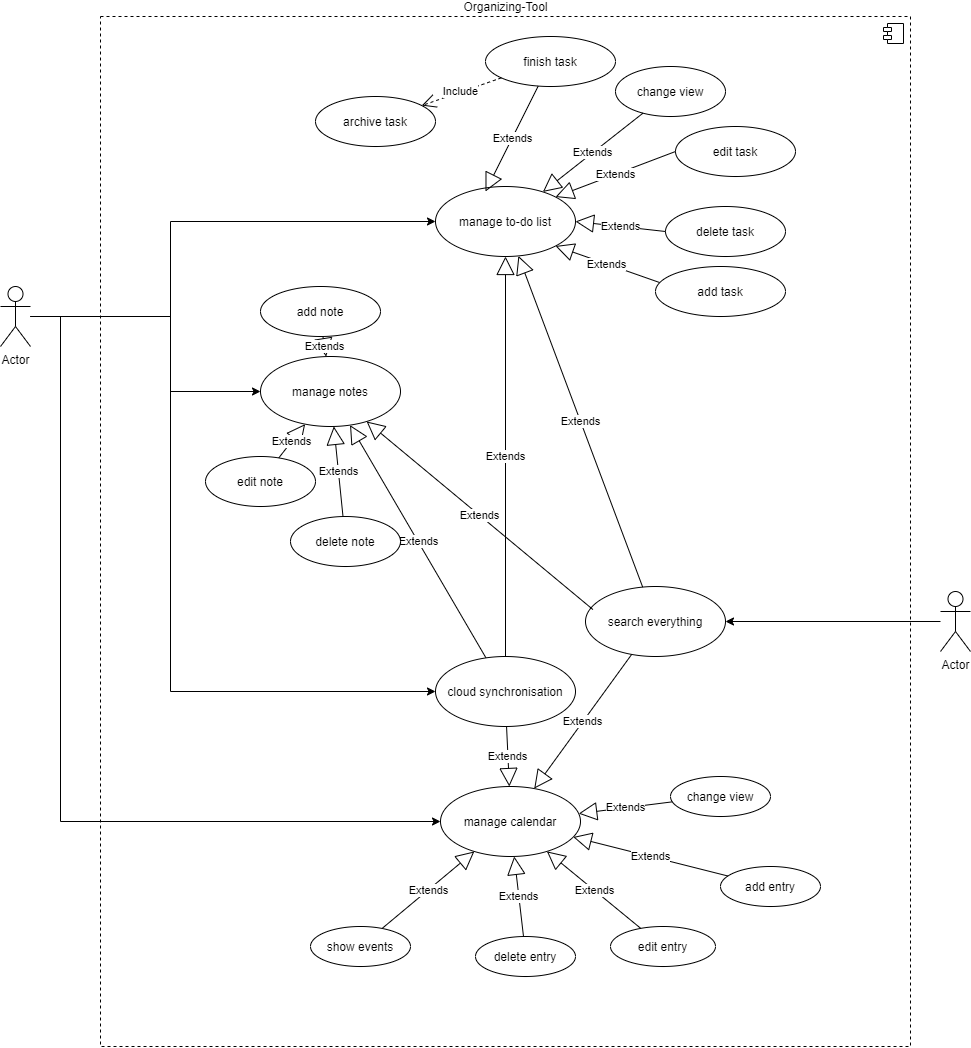
Before: src/main/resources/UML/UseCaseDiagram/UseCaseDiagram.png, a diagram exported from draw.io (Hannes5612/OrgaTool). Source tidied: cells renumbered, new cells last; positions are measured from the earlier drawing's top-left corner, leaving out a move shared by most shapes.
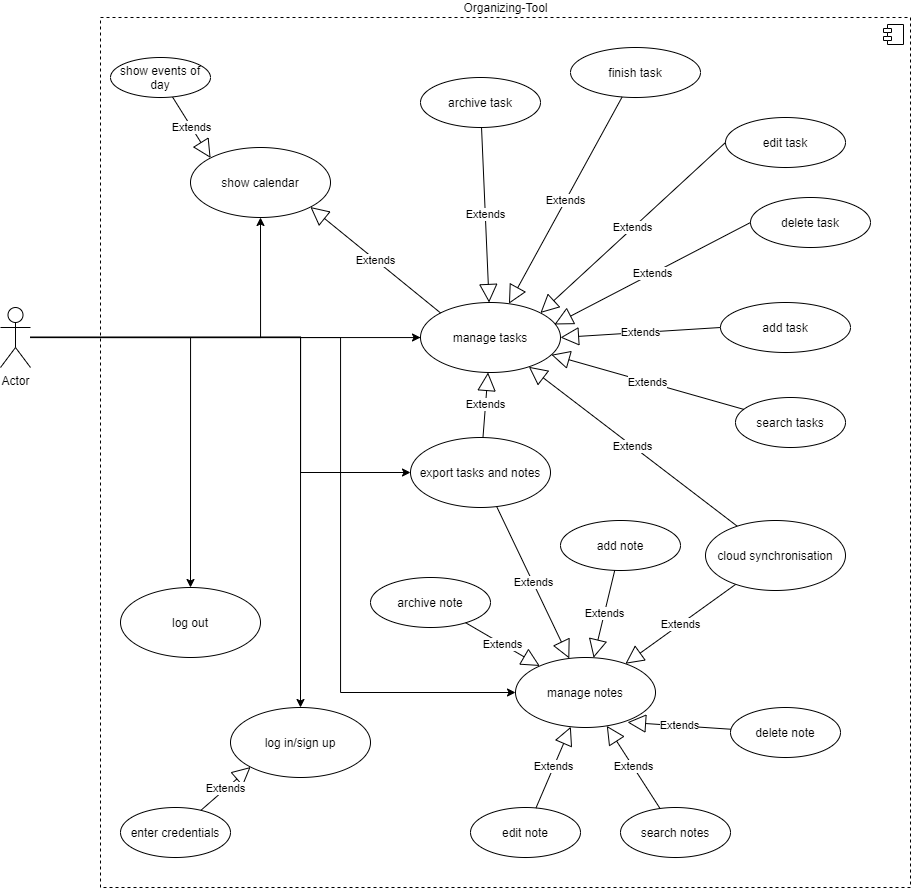
After the change.

Commit message:
Use-Case diagram

The edit, as a diff of the source:
```diff
@@ -3,21 +3,21 @@
     <mxCell id="0" />
     <mxCell id="1" parent="0" />
     <mxCell id="2" value="Organizing-Tool" style="html=1;labelPosition=center;verticalLabelPosition=top;align=center;verticalAlign=bottom;dashed=1;" parent="1" vertex="1">
-      <mxGeometry x="100" width="810" height="1030" as="geometry" />
+      <mxGeometry x="100" width="810" height="870" as="geometry" />
     </mxCell>
     <mxCell id="3" style="shape=component;jettyWidth=8;jettyHeight=4;" parent="2" vertex="1">
       <mxGeometry x="1" width="20" height="20" relative="1" as="geometry">
         <mxPoint x="-27" y="7" as="offset" />
       </mxGeometry>
     </mxCell>
-    <mxCell id="4" value="manage to-do list" style="ellipse;whiteSpace=wrap;html=1;" parent="1" vertex="1">
-      <mxGeometry x="435" y="170" width="140" height="70" as="geometry" />
+    <mxCell id="4" value="manage tasks" style="ellipse;whiteSpace=wrap;html=1;" parent="1" vertex="1">
+      <mxGeometry x="420" y="285" width="140" height="70" as="geometry" />
     </mxCell>
     <mxCell id="5" value="archive task" style="ellipse;whiteSpace=wrap;html=1;" parent="1" vertex="1">
-      <mxGeometry x="315" y="80" width="120" height="50" as="geometry" />
+      <mxGeometry x="420" y="60" width="120" height="50" as="geometry" />
     </mxCell>
     <mxCell id="6" value="manage notes" style="ellipse;whiteSpace=wrap;html=1;" parent="1" vertex="1">
-      <mxGeometry x="260" y="340" width="140" height="70" as="geometry" />
+      <mxGeometry x="515" y="640" width="140" height="70" as="geometry" />
     </mxCell>
     <mxCell id="7" value="Extends" style="endArrow=block;endSize=16;endFill=0;html=1;" parent="1" edge="1" source="9" target="4">
       <mxGeometry relative="1" as="geometry" />
@@ -26,48 +26,42 @@
       <mxGeometry relative="1" as="geometry" />
     </mxCell>
     <mxCell id="9" value="cloud synchronisation" style="ellipse;whiteSpace=wrap;html=1;" parent="1" vertex="1">
-      <mxGeometry x="435" y="640" width="140" height="70" as="geometry" />
+      <mxGeometry x="705" y="503" width="140" height="70" as="geometry" />
     </mxCell>
     <mxCell id="10" value="add task" style="ellipse;whiteSpace=wrap;html=1;" parent="1" vertex="1">
-      <mxGeometry x="655" y="250" width="130" height="50" as="geometry" />
+      <mxGeometry x="720" y="285" width="130" height="50" as="geometry" />
     </mxCell>
     <mxCell id="11" value="delete task" style="ellipse;whiteSpace=wrap;html=1;" parent="1" vertex="1">
-      <mxGeometry x="665" y="190" width="120" height="50" as="geometry" />
+      <mxGeometry x="750" y="180" width="120" height="50" as="geometry" />
     </mxCell>
     <mxCell id="12" value="edit task" style="ellipse;whiteSpace=wrap;html=1;" parent="1" vertex="1">
-      <mxGeometry x="675" y="110" width="120" height="50" as="geometry" />
+      <mxGeometry x="725" y="100" width="120" height="50" as="geometry" />
     </mxCell>
-    <mxCell id="13" value="Extends" style="endArrow=block;endSize=16;endFill=0;html=1;exitX=0.031;exitY=0.32;exitDx=0;exitDy=0;exitPerimeter=0;entryX=1;entryY=1;entryDx=0;entryDy=0;" parent="1" edge="1" source="10" target="4">
+    <mxCell id="13" value="Extends" style="endArrow=block;endSize=16;endFill=0;html=1;entryX=1;entryY=0.5;entryDx=0;entryDy=0;exitX=0;exitY=0.5;exitDx=0;exitDy=0;" parent="1" edge="1" source="10" target="4">
       <mxGeometry relative="1" as="geometry" />
     </mxCell>
-    <mxCell id="14" value="Extends" style="endArrow=block;endSize=16;endFill=0;html=1;exitX=0;exitY=0.5;exitDx=0;exitDy=0;entryX=1;entryY=0.5;entryDx=0;entryDy=0;" parent="1" edge="1" source="11" target="4">
+    <mxCell id="14" value="Extends" style="endArrow=block;endSize=16;endFill=0;html=1;exitX=0;exitY=0.5;exitDx=0;exitDy=0;entryX=0.957;entryY=0.314;entryDx=0;entryDy=0;entryPerimeter=0;" parent="1" edge="1" source="11" target="4">
       <mxGeometry relative="1" as="geometry" />
     </mxCell>
     <mxCell id="15" value="Extends" style="endArrow=block;endSize=16;endFill=0;html=1;exitX=0;exitY=0.5;exitDx=0;exitDy=0;entryX=1;entryY=0;entryDx=0;entryDy=0;" parent="1" edge="1" source="12" target="4">
       <mxGeometry relative="1" as="geometry" />
     </mxCell>
     <mxCell id="16" value="finish task" style="ellipse;whiteSpace=wrap;html=1;" parent="1" vertex="1">
-      <mxGeometry x="485" y="20" width="130" height="50" as="geometry" />
+      <mxGeometry x="570" y="30" width="130" height="50" as="geometry" />
     </mxCell>
-    <mxCell id="17" value="Extends" style="endArrow=block;endSize=16;endFill=0;html=1;entryX=0.357;entryY=0.071;entryDx=0;entryDy=0;entryPerimeter=0;" parent="1" edge="1" source="16" target="4">
+    <mxCell id="17" value="Extends" style="endArrow=block;endSize=16;endFill=0;html=1;" parent="1" edge="1" source="16" target="4">
       <mxGeometry relative="1" as="geometry" />
     </mxCell>
-    <mxCell id="18" value="change view" style="ellipse;whiteSpace=wrap;html=1;" parent="1" vertex="1">
-      <mxGeometry x="615" y="50" width="110" height="50" as="geometry" />
-    </mxCell>
-    <mxCell id="19" value="Extends" style="endArrow=block;endSize=16;endFill=0;html=1;" parent="1" edge="1" source="18" target="4">
-      <mxGeometry relative="1" as="geometry" />
-    </mxCell>
     <mxCell id="20" value="add note" style="ellipse;whiteSpace=wrap;html=1;" parent="1" vertex="1">
-      <mxGeometry x="260" y="270" width="120" height="50" as="geometry" />
+      <mxGeometry x="560" y="503" width="120" height="50" as="geometry" />
     </mxCell>
     <mxCell id="21" value="delete note" style="ellipse;whiteSpace=wrap;html=1;" parent="1" vertex="1">
-      <mxGeometry x="290" y="500" width="110" height="50" as="geometry" />
+      <mxGeometry x="730" y="690" width="110" height="50" as="geometry" />
     </mxCell>
     <mxCell id="22" value="edit&amp;nbsp;note" style="ellipse;whiteSpace=wrap;html=1;" parent="1" vertex="1">
-      <mxGeometry x="205" y="440" width="110" height="50" as="geometry" />
+      <mxGeometry x="470" y="790" width="110" height="50" as="geometry" />
     </mxCell>
-    <mxCell id="23" value="Extends" style="endArrow=block;endSize=16;endFill=0;html=1;" parent="1" edge="1" source="21" target="6">
+    <mxCell id="23" value="Extends" style="endArrow=block;endSize=16;endFill=0;html=1;entryX=0.8;entryY=0.926;entryDx=0;entryDy=0;entryPerimeter=0;" parent="1" edge="1" source="21" target="6">
       <mxGeometry relative="1" as="geometry" />
     </mxCell>
     <mxCell id="24" value="Extends" style="endArrow=block;endSize=16;endFill=0;html=1;" parent="1" edge="1" source="22" target="6">
@@ -76,97 +70,116 @@
     <mxCell id="25" value="Extends" style="endArrow=block;endSize=16;endFill=0;html=1;" parent="1" edge="1" source="20" target="6">
       <mxGeometry relative="1" as="geometry" />
     </mxCell>
-    <mxCell id="26" value="manage calendar" style="ellipse;whiteSpace=wrap;html=1;" parent="1" vertex="1">
-      <mxGeometry x="440" y="770" width="140" height="70" as="geometry" />
+    <mxCell id="26" value="show calendar" style="ellipse;whiteSpace=wrap;html=1;" parent="1" vertex="1">
+      <mxGeometry x="190" y="130" width="140" height="70" as="geometry" />
     </mxCell>
-    <mxCell id="27" value="Extends" style="endArrow=block;endSize=16;endFill=0;html=1;" parent="1" edge="1" source="9" target="26">
-      <mxGeometry relative="1" as="geometry" />
-    </mxCell>
-    <mxCell id="28" value="change view" style="ellipse;whiteSpace=wrap;html=1;" parent="1" vertex="1">
-      <mxGeometry x="670" y="760" width="100" height="40" as="geometry" />
-    </mxCell>
-    <mxCell id="29" value="Extends" style="endArrow=block;endSize=16;endFill=0;html=1;" parent="1" edge="1" source="28" target="26">
-      <mxGeometry relative="1" as="geometry" />
-    </mxCell>
-    <mxCell id="30" value="add entry" style="ellipse;whiteSpace=wrap;html=1;" parent="1" vertex="1">
-      <mxGeometry x="720" y="850" width="100" height="40" as="geometry" />
-    </mxCell>
-    <mxCell id="31" value="Extends" style="endArrow=block;endSize=16;endFill=0;html=1;" parent="1" edge="1" source="30" target="26">
-      <mxGeometry relative="1" as="geometry" />
-    </mxCell>
-    <mxCell id="32" value="edit entry" style="ellipse;whiteSpace=wrap;html=1;" parent="1" vertex="1">
-      <mxGeometry x="610" y="910" width="105" height="40" as="geometry" />
-    </mxCell>
-    <mxCell id="33" value="Extends" style="endArrow=block;endSize=16;endFill=0;html=1;" parent="1" edge="1" source="32" target="26">
-      <mxGeometry relative="1" as="geometry" />
-    </mxCell>
-    <mxCell id="34" value="delete entry" style="ellipse;whiteSpace=wrap;html=1;" parent="1" vertex="1">
-      <mxGeometry x="475" y="920" width="100" height="40" as="geometry" />
-    </mxCell>
-    <mxCell id="35" value="Extends" style="endArrow=block;endSize=16;endFill=0;html=1;" parent="1" edge="1" source="34" target="26">
-      <mxGeometry relative="1" as="geometry" />
-    </mxCell>
-    <mxCell id="36" value="Extends" style="endArrow=block;endSize=16;endFill=0;html=1;" parent="1" edge="1" source="37" target="26">
+    <mxCell id="36" value="Extends" style="endArrow=block;endSize=16;endFill=0;html=1;entryX=0;entryY=0;entryDx=0;entryDy=0;" parent="1" edge="1" source="37" target="26">
       <mxGeometry relative="1" as="geometry" />
     </mxCell>
-    <mxCell id="37" value="show events" style="ellipse;whiteSpace=wrap;html=1;" parent="1" vertex="1">
-      <mxGeometry x="310" y="910" width="100" height="40" as="geometry" />
+    <mxCell id="37" value="show events of day" style="ellipse;whiteSpace=wrap;html=1;" parent="1" vertex="1">
+      <mxGeometry x="110" y="40" width="100" height="40" as="geometry" />
     </mxCell>
-    <mxCell id="38" style="edgeStyle=orthogonalEdgeStyle;rounded=0;jettySize=auto;html=1;entryX=0;entryY=0.5;entryDx=0;entryDy=0;" parent="1" edge="1" source="42" target="6">
+    <mxCell id="38" style="edgeStyle=orthogonalEdgeStyle;rounded=0;jettySize=auto;html=1;entryX=0;entryY=0.5;entryDx=0;entryDy=0;" parent="1" edge="1" target="6">
       <mxGeometry relative="1" as="geometry">
+        <mxPoint x="30" y="320" as="sourcePoint" />
         <Array as="points">
-          <mxPoint x="170" y="300" />
-          <mxPoint x="170" y="375" />
+          <mxPoint x="340" y="320" />
+          <mxPoint x="340" y="675" />
         </Array>
       </mxGeometry>
     </mxCell>
-    <mxCell id="39" style="edgeStyle=orthogonalEdgeStyle;rounded=0;jettySize=auto;html=1;entryX=0;entryY=0.5;entryDx=0;entryDy=0;" parent="1" edge="1" source="42" target="26">
-      <mxGeometry relative="1" as="geometry">
-        <Array as="points">
-          <mxPoint x="60" y="300" />
-          <mxPoint x="60" y="805" />
-        </Array>
-      </mxGeometry>
-    </mxCell>
-    <mxCell id="40" style="edgeStyle=orthogonalEdgeStyle;rounded=0;jettySize=auto;html=1;entryX=0;entryY=0.5;entryDx=0;entryDy=0;" parent="1" edge="1" source="42" target="9">
-      <mxGeometry relative="1" as="geometry">
-        <Array as="points">
-          <mxPoint x="170" y="300" />
-          <mxPoint x="170" y="675" />
-        </Array>
-      </mxGeometry>
-    </mxCell>
     <mxCell id="41" style="edgeStyle=orthogonalEdgeStyle;rounded=0;jettySize=auto;html=1;entryX=0;entryY=0.5;entryDx=0;entryDy=0;" parent="1" edge="1" source="42" target="4">
       <mxGeometry relative="1" as="geometry">
         <Array as="points">
-          <mxPoint x="170" y="300" />
-          <mxPoint x="170" y="205" />
+          <mxPoint x="420" y="320" />
         </Array>
       </mxGeometry>
     </mxCell>
     <mxCell id="42" value="Actor" style="shape=umlActor;verticalLabelPosition=bottom;labelBackgroundColor=#ffffff;verticalAlign=top;html=1;" parent="1" vertex="1">
-      <mxGeometry y="270" width="30" height="60" as="geometry" />
+      <mxGeometry y="290" width="30" height="60" as="geometry" />
     </mxCell>
-    <mxCell id="43" value="Include" style="endArrow=open;endSize=12;dashed=1;html=1;" parent="1" edge="1" source="16" target="5">
-      <mxGeometry relative="1" as="geometry" />
-    </mxCell>
-    <mxCell id="44" value="search everything" style="ellipse;whiteSpace=wrap;html=1;" parent="1" vertex="1">
-      <mxGeometry x="585" y="570" width="140" height="70" as="geometry" />
-    </mxCell>
-    <mxCell id="45" value="Extends" style="endArrow=block;endSize=16;endFill=0;html=1;" parent="1" edge="1" source="44" target="26">
-      <mxGeometry relative="1" as="geometry" />
-    </mxCell>
-    <mxCell id="46" value="Extends" style="endArrow=block;endSize=16;endFill=0;html=1;exitX=0.053;exitY=0.329;exitDx=0;exitDy=0;exitPerimeter=0;" parent="1" edge="1" source="44" target="6">
-      <mxGeometry relative="1" as="geometry" />
-    </mxCell>
-    <mxCell id="47" value="Extends" style="endArrow=block;endSize=16;endFill=0;html=1;" parent="1" edge="1" source="44" target="4">
-      <mxGeometry relative="1" as="geometry" />
-    </mxCell>
-    <mxCell id="48" style="edgeStyle=orthogonalEdgeStyle;rounded=0;jettySize=auto;html=1;entryX=1;entryY=0.5;entryDx=0;entryDy=0;" parent="1" edge="1" source="49" target="44">
-      <mxGeometry relative="1" as="geometry" />
-    </mxCell>
-    <mxCell id="49" value="Actor" style="shape=umlActor;verticalLabelPosition=bottom;labelBackgroundColor=#ffffff;verticalAlign=top;html=1;" parent="1" vertex="1">
-      <mxGeometry x="940" y="575" width="30" height="60" as="geometry" />
-    </mxCell>
+    <mxCell id="50" value="Extends" style="endArrow=block;endSize=16;endFill=0;html=1;" parent="1" edge="1" source="5" target="4">
+      <mxGeometry relative="1" as="geometry" />
+    </mxCell>
+    <mxCell id="51" value="archive note" style="ellipse;whiteSpace=wrap;html=1;" parent="1" vertex="1">
+      <mxGeometry x="370" y="560" width="120" height="50" as="geometry" />
+    </mxCell>
+    <mxCell id="52" value="Extends" style="endArrow=block;endSize=16;endFill=0;html=1;" parent="1" edge="1" source="51" target="6">
+      <mxGeometry relative="1" as="geometry" />
+    </mxCell>
+    <mxCell id="53" value="search notes" style="ellipse;whiteSpace=wrap;html=1;" parent="1" vertex="1">
+      <mxGeometry x="620" y="790" width="110" height="50" as="geometry" />
+    </mxCell>
+    <mxCell id="54" value="Extends" style="endArrow=block;endSize=16;endFill=0;html=1;" parent="1" edge="1" source="53" target="6">
+      <mxGeometry relative="1" as="geometry" />
+    </mxCell>
+    <mxCell id="55" value="search tasks" style="ellipse;whiteSpace=wrap;html=1;" parent="1" vertex="1">
+      <mxGeometry x="735" y="380" width="110" height="50" as="geometry" />
+    </mxCell>
+    <mxCell id="56" value="Extends" style="endArrow=block;endSize=16;endFill=0;html=1;" parent="1" edge="1" source="55" target="4">
+      <mxGeometry relative="1" as="geometry" />
+    </mxCell>
+    <mxCell id="57" value="Extends" style="endArrow=block;endSize=16;endFill=0;html=1;exitX=0;exitY=0;exitDx=0;exitDy=0;entryX=1;entryY=1;entryDx=0;entryDy=0;" parent="1" edge="1" source="4" target="26">
+      <mxGeometry relative="1" as="geometry" />
+    </mxCell>
+    <mxCell id="39" style="edgeStyle=orthogonalEdgeStyle;rounded=0;jettySize=auto;html=1;" parent="1" edge="1" source="42" target="26">
+      <mxGeometry relative="1" as="geometry">
+        <Array as="points">
+          <mxPoint x="260" y="320" />
+        </Array>
+      </mxGeometry>
+    </mxCell>
+    <mxCell id="58" style="edgeStyle=orthogonalEdgeStyle;rounded=0;orthogonalLoop=1;jettySize=auto;html=1;exitX=0.5;exitY=1;exitDx=0;exitDy=0;" parent="1" edge="1" source="2" target="2">
+      <mxGeometry relative="1" as="geometry" />
+    </mxCell>
+    <mxCell id="59" style="edgeStyle=orthogonalEdgeStyle;rounded=0;orthogonalLoop=1;jettySize=auto;html=1;exitX=0.5;exitY=1;exitDx=0;exitDy=0;" parent="1" edge="1" source="2" target="2">
+      <mxGeometry relative="1" as="geometry" />
+    </mxCell>
+    <mxCell id="60" value="log in/sign up" style="ellipse;whiteSpace=wrap;html=1;" parent="1" vertex="1">
+      <mxGeometry x="230" y="690" width="140" height="70" as="geometry" />
+    </mxCell>
+    <mxCell id="61" style="edgeStyle=orthogonalEdgeStyle;rounded=0;jettySize=auto;html=1;" parent="1" edge="1" target="60">
+      <mxGeometry relative="1" as="geometry">
+        <mxPoint x="30" y="320" as="sourcePoint" />
+        <Array as="points">
+          <mxPoint x="300" y="320" />
+        </Array>
+      </mxGeometry>
+    </mxCell>
+    <mxCell id="62" value="enter credentials" style="ellipse;whiteSpace=wrap;html=1;" parent="1" vertex="1">
+      <mxGeometry x="120" y="790" width="110" height="50" as="geometry" />
+    </mxCell>
+    <mxCell id="63" value="Extends" style="endArrow=block;endSize=16;endFill=0;html=1;entryX=0;entryY=1;entryDx=0;entryDy=0;" parent="1" edge="1" source="62" target="60">
+      <mxGeometry relative="1" as="geometry" />
+    </mxCell>
+    <mxCell id="64" value="export tasks and notes" style="ellipse;whiteSpace=wrap;html=1;" parent="1" vertex="1">
+      <mxGeometry x="410" y="420" width="140" height="70" as="geometry" />
+    </mxCell>
+    <mxCell id="65" style="edgeStyle=orthogonalEdgeStyle;rounded=0;jettySize=auto;html=1;entryX=0;entryY=0.5;entryDx=0;entryDy=0;" parent="1" edge="1" target="64">
+      <mxGeometry relative="1" as="geometry">
+        <mxPoint x="30" y="319.5" as="sourcePoint" />
+        <Array as="points">
+          <mxPoint x="300" y="320" />
+          <mxPoint x="300" y="455" />
+        </Array>
+      </mxGeometry>
+    </mxCell>
+    <mxCell id="66" value="Extends" style="endArrow=block;endSize=16;endFill=0;html=1;" parent="1" edge="1" source="64" target="6">
+      <mxGeometry relative="1" as="geometry" />
+    </mxCell>
+    <mxCell id="67" value="Extends" style="endArrow=block;endSize=16;endFill=0;html=1;" parent="1" edge="1" source="64" target="4">
+      <mxGeometry relative="1" as="geometry" />
+    </mxCell>
+    <mxCell id="68" value="log out" style="ellipse;whiteSpace=wrap;html=1;" parent="1" vertex="1">
+      <mxGeometry x="120" y="570" width="140" height="70" as="geometry" />
+    </mxCell>
+    <mxCell id="69" style="edgeStyle=orthogonalEdgeStyle;rounded=0;jettySize=auto;html=1;" parent="1" edge="1" target="68">
+      <mxGeometry relative="1" as="geometry">
+        <mxPoint x="30" y="320" as="sourcePoint" />
+        <Array as="points">
+          <mxPoint x="190" y="320" />
+        </Array>
+      </mxGeometry>
+    </mxCell>
   </root>
 </mxGraphModel>
```
